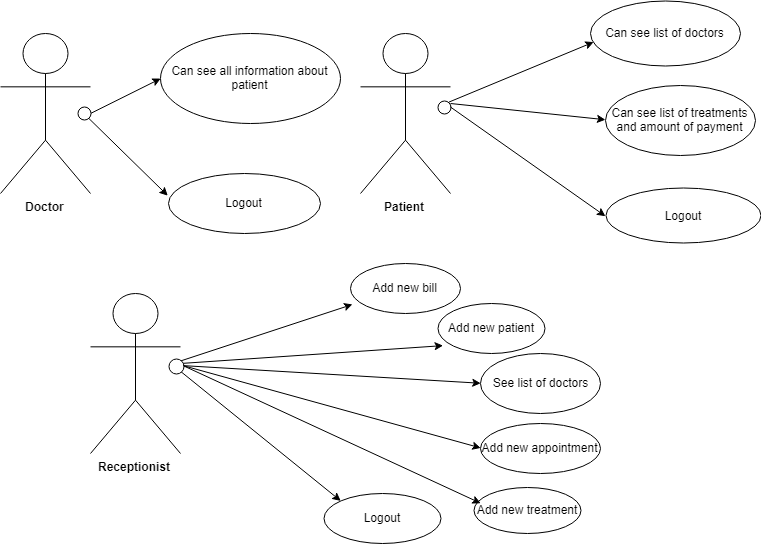
Before: UseCase.png, a diagram exported from draw.io (ukozhakova/BeCured). Source tidied: cells renumbered, new cells last; positions are measured from the earlier drawing's top-left corner, leaving out a move shared by most shapes.
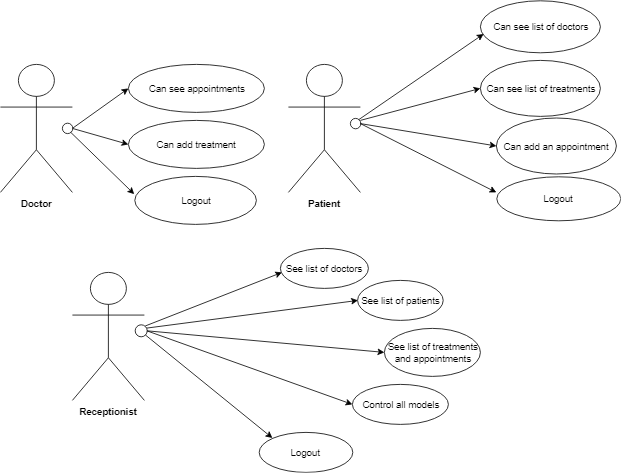
The same file after the commit.

Change to the diagram source:
```diff
@@ -12,16 +12,16 @@
       <mxGeometry x="360" y="32" width="90" height="160" as="geometry" />
     </mxCell>
     <mxCell id="5" value="Can see list of doctors" style="ellipse;whiteSpace=wrap;html=1;align=center;" parent="1" vertex="1">
-      <mxGeometry x="590" y="-0.5" width="150" height="65" as="geometry" />
+      <mxGeometry x="600" y="-48" width="150" height="65" as="geometry" />
     </mxCell>
-    <mxCell id="6" value="Can see all information about patient" style="ellipse;whiteSpace=wrap;html=1;align=center;" parent="1" vertex="1">
-      <mxGeometry x="160" y="32" width="180" height="90" as="geometry" />
+    <mxCell id="6" value="Can see appointments" style="ellipse;whiteSpace=wrap;html=1;align=center;" parent="1" vertex="1">
+      <mxGeometry x="160" y="32" width="170" height="60" as="geometry" />
     </mxCell>
-    <mxCell id="7" value="Add new bill" style="ellipse;whiteSpace=wrap;html=1;align=center;" parent="1" vertex="1">
+    <mxCell id="7" value="See list of doctors" style="ellipse;whiteSpace=wrap;html=1;align=center;" parent="1" vertex="1">
       <mxGeometry x="350" y="262" width="110" height="50" as="geometry" />
     </mxCell>
-    <mxCell id="8" value="Add new patient" style="ellipse;whiteSpace=wrap;html=1;align=center;" parent="1" vertex="1">
-      <mxGeometry x="437" y="302" width="107" height="50" as="geometry" />
+    <mxCell id="8" value="See list of patients" style="ellipse;whiteSpace=wrap;html=1;align=center;" parent="1" vertex="1">
+      <mxGeometry x="446.5" y="302" width="107" height="50" as="geometry" />
     </mxCell>
     <mxCell id="9" style="endArrow=classic;html=1;entryX=0;entryY=0.5;entryDx=0;entryDy=0;" parent="1" edge="1" target="6">
       <mxGeometry relative="1" as="geometry">
@@ -42,25 +42,22 @@
         <mxPoint x="450" y="102" as="sourcePoint" />
       </mxGeometry>
     </mxCell>
-    <mxCell id="14" value="Can see list of treatments and amount of payment" style="ellipse;whiteSpace=wrap;html=1;align=center;" parent="1" vertex="1">
-      <mxGeometry x="605" y="83.5" width="150" height="70" as="geometry" />
+    <mxCell id="14" value="Can see list of treatments" style="ellipse;whiteSpace=wrap;html=1;align=center;" parent="1" vertex="1">
+      <mxGeometry x="600" y="27" width="150" height="70" as="geometry" />
     </mxCell>
-    <mxCell id="15" value="See list of doctors" style="ellipse;whiteSpace=wrap;html=1;align=center;" parent="1" vertex="1">
-      <mxGeometry x="480" y="352" width="120" height="60" as="geometry" />
+    <mxCell id="15" value="See list of treatments&lt;br&gt;and appointments&lt;br&gt;" style="ellipse;whiteSpace=wrap;html=1;align=center;" parent="1" vertex="1">
+      <mxGeometry x="480" y="362" width="120" height="60" as="geometry" />
     </mxCell>
-    <mxCell id="16" value="Add new appointment" style="ellipse;whiteSpace=wrap;html=1;align=center;" parent="1" vertex="1">
-      <mxGeometry x="480" y="422" width="120" height="50" as="geometry" />
+    <mxCell id="16" value="Control all models" style="ellipse;whiteSpace=wrap;html=1;align=center;" parent="1" vertex="1">
+      <mxGeometry x="440" y="432" width="120" height="50" as="geometry" />
     </mxCell>
     <mxCell id="17" value="Logout" style="ellipse;whiteSpace=wrap;html=1;align=center;" parent="1" vertex="1">
       <mxGeometry x="323" y="492" width="117" height="50" as="geometry" />
     </mxCell>
-    <mxCell id="18" value="Add new treatment" style="ellipse;whiteSpace=wrap;html=1;align=center;" parent="1" vertex="1">
-      <mxGeometry x="473" y="486" width="107" height="46" as="geometry" />
-    </mxCell>
     <mxCell id="19" value="Logout" style="ellipse;whiteSpace=wrap;html=1;align=center;" parent="1" vertex="1">
-      <mxGeometry x="605" y="187" width="155" height="55" as="geometry" />
+      <mxGeometry x="620" y="172" width="155" height="55" as="geometry" />
     </mxCell>
-    <mxCell id="20" style="endArrow=classic;html=1;exitX=1;exitY=0.5;exitDx=0;exitDy=0;entryX=0;entryY=0.5;entryDx=0;entryDy=0;" parent="1" edge="1" source="11" target="19">
+    <mxCell id="20" style="endArrow=classic;html=1;exitX=1;exitY=0.5;exitDx=0;exitDy=0;entryX=0;entryY=0.364;entryDx=0;entryDy=0;entryPerimeter=0;" parent="1" edge="1" source="11" target="19">
       <mxGeometry relative="1" as="geometry" />
     </mxCell>
     <mxCell id="21" style="endArrow=classic;html=1;exitX=1;exitY=1;exitDx=0;exitDy=0;entryX=0;entryY=0.5;entryDx=0;entryDy=0;" parent="1" edge="1" source="10">
@@ -68,10 +65,12 @@
         <mxPoint x="167.3" y="194.2" as="targetPoint" />
       </mxGeometry>
     </mxCell>
-    <mxCell id="22" style="endArrow=classic;html=1;exitX=1;exitY=0;exitDx=0;exitDy=0;entryX=0.018;entryY=0.808;entryDx=0;entryDy=0;entryPerimeter=0;" parent="1" edge="1" source="27" target="7">
-      <mxGeometry relative="1" as="geometry" />
+    <mxCell id="22" style="endArrow=classic;html=1;exitX=1;exitY=0;exitDx=0;exitDy=0;" parent="1" edge="1" source="27">
+      <mxGeometry relative="1" as="geometry">
+        <mxPoint x="352" y="292" as="targetPoint" />
+      </mxGeometry>
     </mxCell>
-    <mxCell id="23" style="endArrow=classic;html=1;entryX=0.052;entryY=0.832;entryDx=0;entryDy=0;entryPerimeter=0;" parent="1" edge="1" target="8">
+    <mxCell id="23" style="endArrow=classic;html=1;entryX=0;entryY=0.5;entryDx=0;entryDy=0;" parent="1" edge="1" target="8">
       <mxGeometry relative="1" as="geometry">
         <mxPoint x="180" y="362" as="sourcePoint" />
       </mxGeometry>
@@ -88,11 +87,20 @@
     <mxCell id="27" style="ellipse;whiteSpace=wrap;html=1;" parent="1" vertex="1">
       <mxGeometry x="168" y="357" width="15" height="15" as="geometry" />
     </mxCell>
-    <mxCell id="28" style="endArrow=classic;html=1;exitX=1;exitY=0.5;exitDx=0;exitDy=0;entryX=0.065;entryY=0.348;entryDx=0;entryDy=0;entryPerimeter=0;" parent="1" edge="1" source="27" target="18">
-      <mxGeometry relative="1" as="geometry" />
-    </mxCell>
     <mxCell id="29" value="Logout" style="ellipse;whiteSpace=wrap;html=1;align=center;" parent="1" vertex="1">
       <mxGeometry x="168" y="172" width="152" height="60" as="geometry" />
     </mxCell>
+    <mxCell id="30" value="Can add treatment" style="ellipse;whiteSpace=wrap;html=1;align=center;" parent="1" vertex="1">
+      <mxGeometry x="160" y="102" width="170" height="60" as="geometry" />
+    </mxCell>
+    <mxCell id="31" style="endArrow=classic;html=1;entryX=0;entryY=0.5;entryDx=0;entryDy=0;exitX=1;exitY=0.5;exitDx=0;exitDy=0;" parent="1" edge="1" source="10" target="30">
+      <mxGeometry relative="1" as="geometry" />
+    </mxCell>
+    <mxCell id="32" value="Can add an appointment" style="ellipse;whiteSpace=wrap;html=1;align=center;" parent="1" vertex="1">
+      <mxGeometry x="620" y="99" width="150" height="70" as="geometry" />
+    </mxCell>
+    <mxCell id="33" style="endArrow=classic;html=1;entryX=0;entryY=0.5;entryDx=0;entryDy=0;exitX=1;exitY=0.5;exitDx=0;exitDy=0;" parent="1" edge="1" source="11" target="32">
+      <mxGeometry relative="1" as="geometry" />
+    </mxCell>
   </root>
 </mxGraphModel>
```
